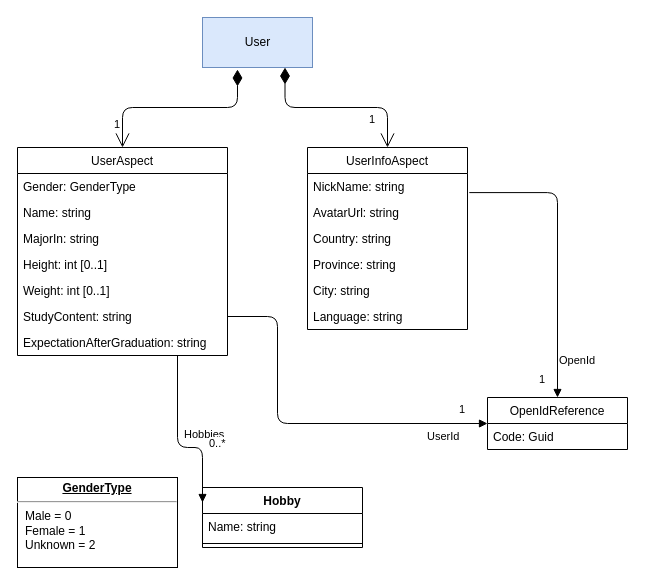
This is UML/User.drawio from sdlfly2000/MindBridgeCampServer, a draw.io file, before an edit. Source tidied: cells renumbered, new cells numbered last; positions are measured from the earlier drawing's top-left corner, leaving out a move shared by most shapes. Both pictures are drawn from the tidied source at 100%, with x=0, y=0 at pixel (17, 17).
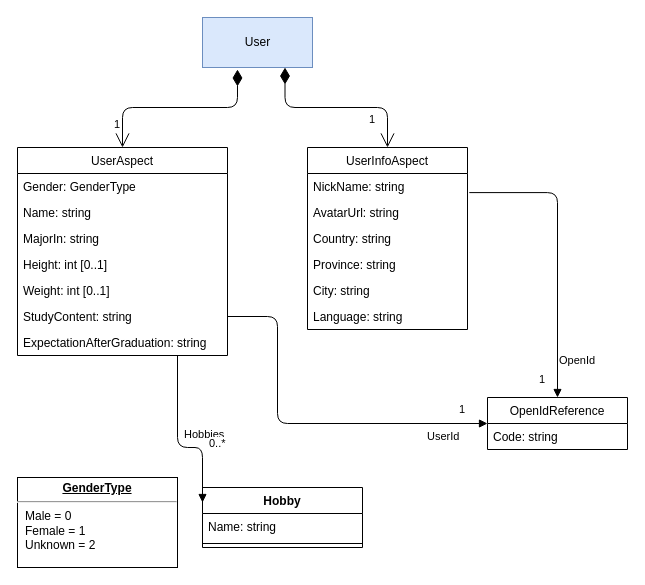
Above is the later version.

The change refers to these unchanged cells:
```xml
<mxCell id="26" value="OpenIdReference" style="swimlane;fontStyle=0;horizontal=1;startSize=26;fillColor=none;" parent="1" vertex="1">
  <mxGeometry x="470" y="380" width="140" height="52" as="geometry" />
</mxCell>
```

The edit, as a diff of the source:
```diff
@@
-    <mxCell id="27" value="Code: Guid" style="text;strokeColor=none;fillColor=none;align=left;verticalAlign=top;spacingLeft=4;spacingRight=4;overflow=hidden;" parent="26" vertex="1">
+    <mxCell id="27" value="Code: string" style="text;strokeColor=none;fillColor=none;align=left;verticalAlign=top;spacingLeft=4;spacingRight=4;overflow=hidden;" parent="26" vertex="1">
       <mxGeometry y="26" width="140" height="26" as="geometry" />
     </mxCell>
```
